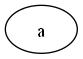
This is AAImageTree/Tree0.gv.png from Gerax5/COM-LB1, a Graphviz export, as it was before one commit. Its source is kept beside it as AAImageTree/Tree0.gv.
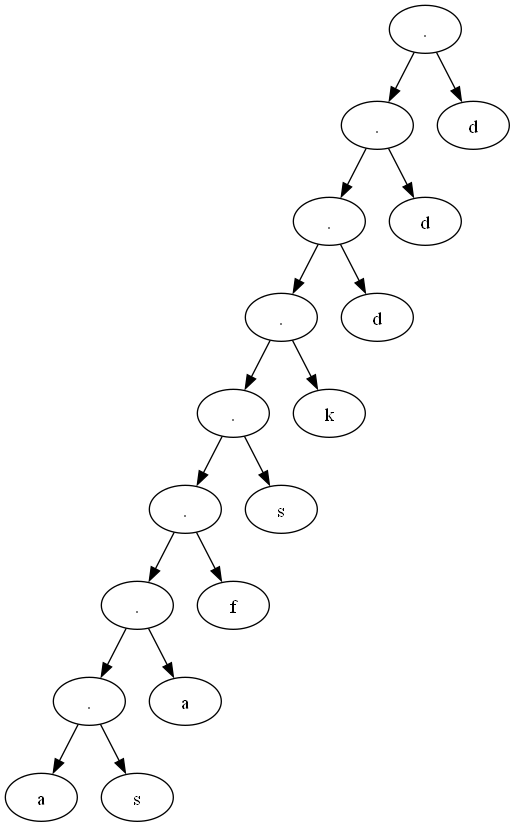
Above is the later version.

What changed in the source:
```diff
@@ -1,3 +1,35 @@
 digraph "AAImageTree/Tree0" {
-	A0 [label=a]
+	A0 [label="."]
+	A1 [label="."]
+	A2 [label="."]
+	A3 [label="."]
+	A4 [label="."]
+	A5 [label="."]
+	A6 [label="."]
+	A7 [label="."]
+	A8 [label=a]
+	A9 [label=s]
+	A10 [label=a]
+	A11 [label=f]
+	A12 [label=s]
+	A13 [label=k]
+	A14 [label=d]
+	A15 [label=d]
+	A16 [label=d]
+	A7 -> A8
+	A7 -> A9
+	A6 -> A7
+	A6 -> A10
+	A5 -> A6
+	A5 -> A11
+	A4 -> A5
+	A4 -> A12
+	A3 -> A4
+	A3 -> A13
+	A2 -> A3
+	A2 -> A14
+	A1 -> A2
+	A1 -> A15
+	A0 -> A1
+	A0 -> A16
 }
```
